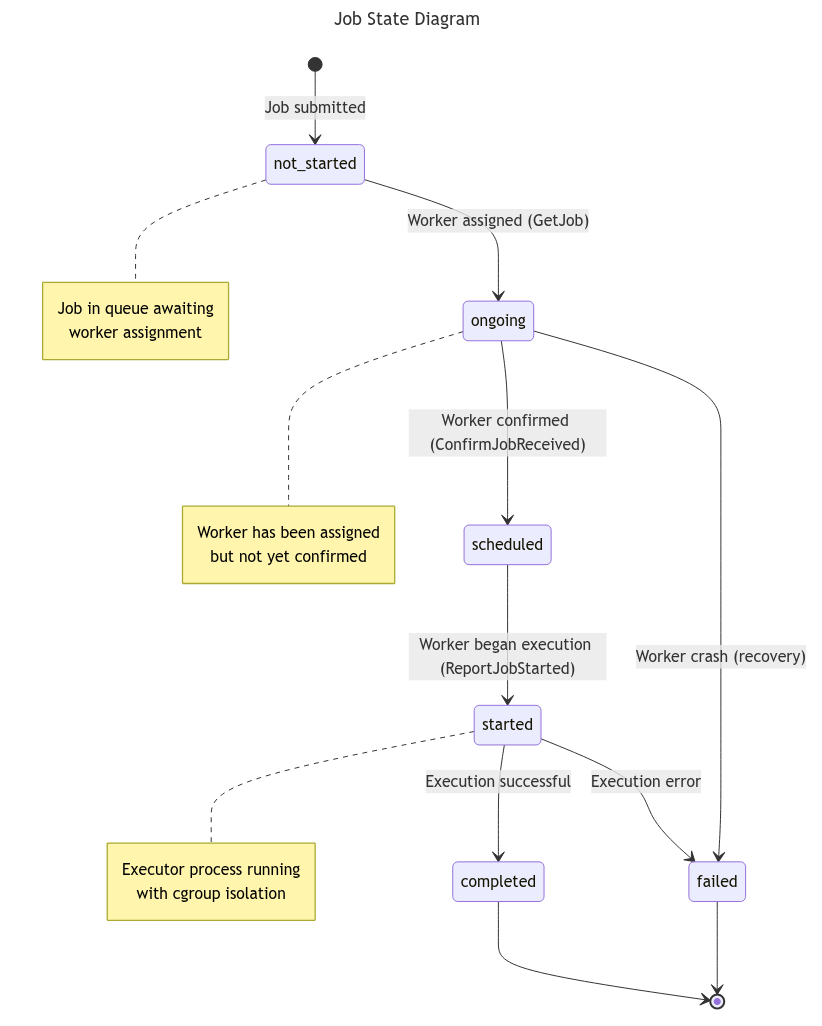
Before: report/figures/state-job-states.png, a diagram exported from Mermaid (sandeshkhadka/distributed-job-scheduler). Its source is kept beside it as report/diagrams/state-job-states.mmd. Its diagram source:
```mermaid
---
title: Job State Diagram
---
stateDiagram-v2
    [*] --> not_started : Job submitted
    not_started --> ongoing : Worker assigned (GetJob)
    ongoing --> scheduled : Worker confirmed (ConfirmJobReceived)
    scheduled --> started : Worker began execution (ReportJobStarted)
    started --> completed : Execution successful
    started --> failed : Execution error
    ongoing --> failed : Worker crash (recovery)

    completed --> [*]
    failed --> [*]

    note right of not_started
        Job in queue awaiting
        worker assignment
    end note

    note right of ongoing
        Worker has been assigned
        but not yet confirmed
    end note

    note right of started
        Executor process running
        with cgroup isolation
    end note
```
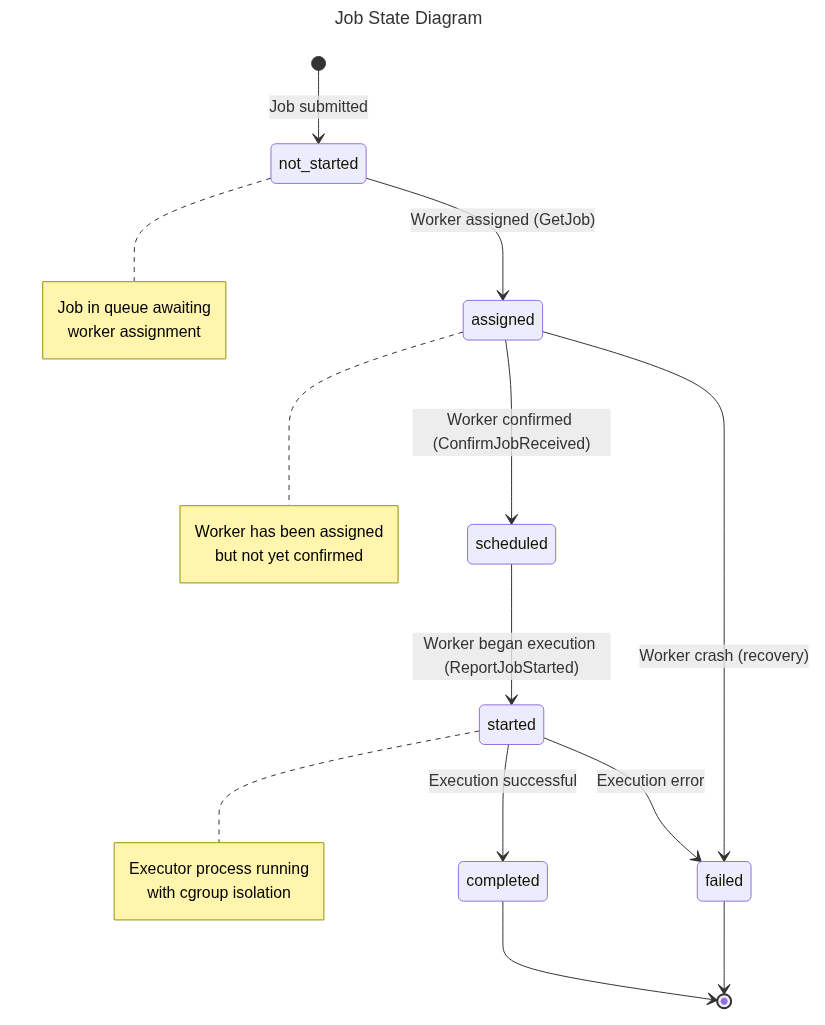
The same file after the commit.

What changed in the source:
```diff
@@ -3,12 +3,12 @@
 ---
 stateDiagram-v2
     [*] --> not_started : Job submitted
-    not_started --> ongoing : Worker assigned (GetJob)
-    ongoing --> scheduled : Worker confirmed (ConfirmJobReceived)
+    not_started --> assigned : Worker assigned (GetJob)
+    assigned --> scheduled : Worker confirmed (ConfirmJobReceived)
     scheduled --> started : Worker began execution (ReportJobStarted)
     started --> completed : Execution successful
     started --> failed : Execution error
-    ongoing --> failed : Worker crash (recovery)
+    assigned --> failed : Worker crash (recovery)
 
     completed --> [*]
     failed --> [*]
@@ -18,7 +18,7 @@
         worker assignment
     end note
 
-    note right of ongoing
+    note right of assigned
         Worker has been assigned
         but not yet confirmed
     end note
```
